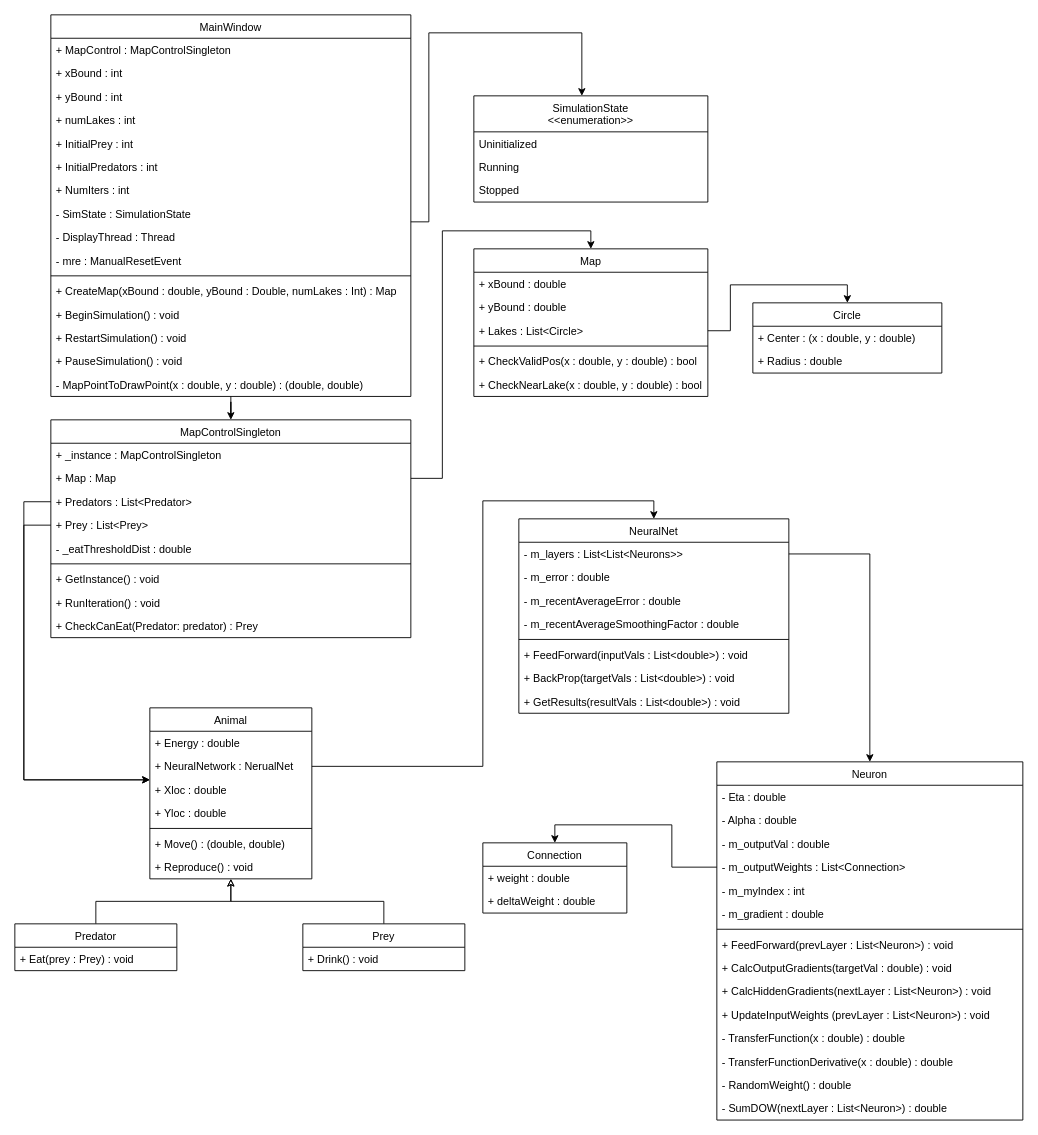
Above: Documentation/EvolutionSimClassDiagram.drawio in ashkevin22/EvolutionSim (draw.io), before the change. Source tidied: cells renumbered, new cells numbered last; positions are measured from the earlier drawing's top-left corner, leaving out a move shared by most shapes. Both pictures are drawn from the tidied source at 90%, with x=0, y=0 at pixel (14, 14).
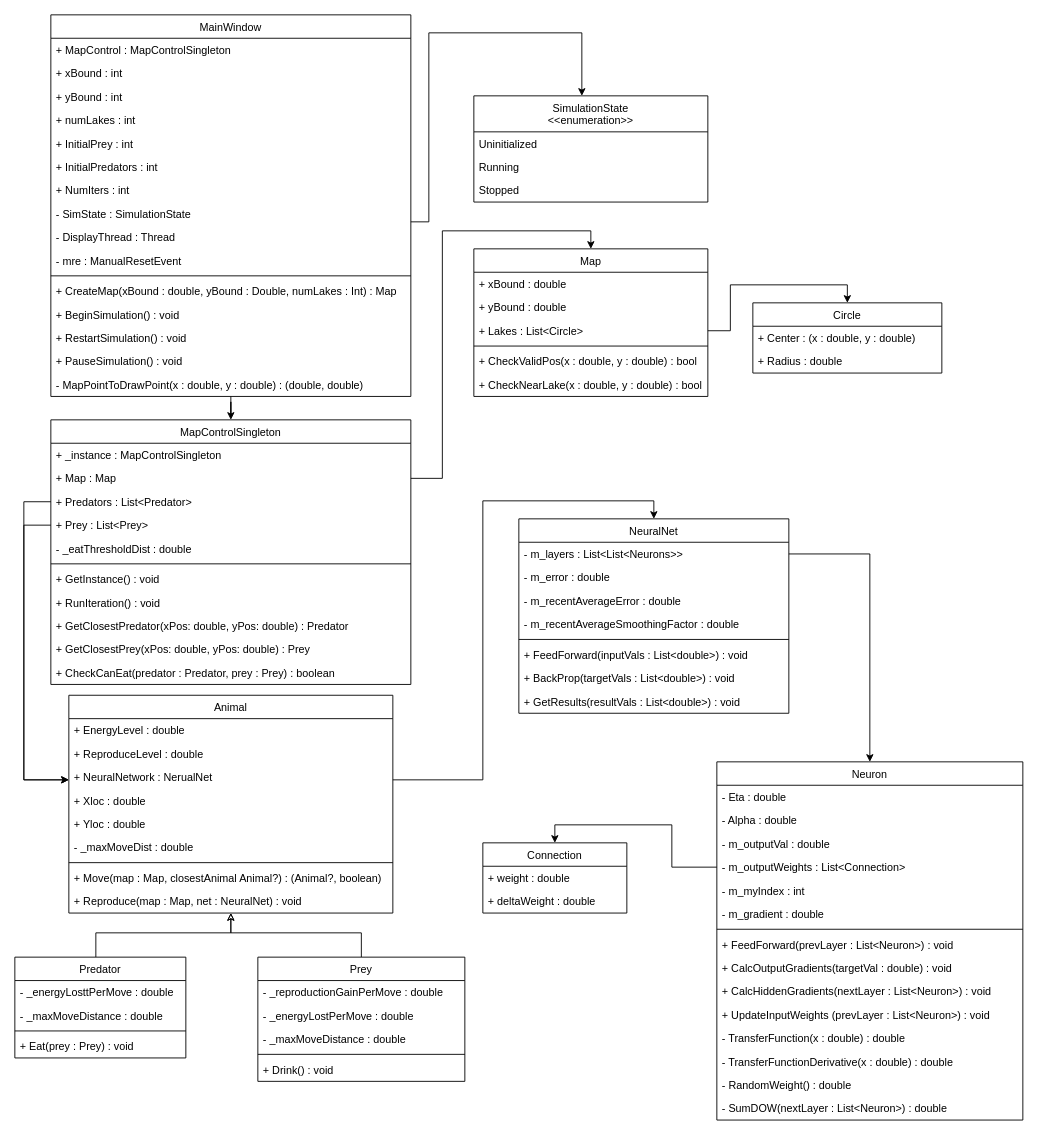
After the change.

The change refers to these unchanged cells:
```xml
<mxCell id="2" value="NeuralNet" style="swimlane;fontStyle=0;align=center;verticalAlign=top;horizontal=1;startSize=26;rounded=0;shadow=0;strokeWidth=1;" parent="1" vertex="1">
  <mxGeometry x="560" y="560" width="300" height="216" as="geometry" />
</mxCell>
```

The edit, as a diff of the source:
```diff
@@
     <mxCell id="32" value="Animal" style="swimlane;fontStyle=0;align=center;verticalAlign=top;horizontal=1;startSize=26;rounded=0;shadow=0;strokeWidth=1;" parent="1" vertex="1">
-      <mxGeometry x="150" y="770" width="180" height="190" as="geometry" />
+      <mxGeometry x="60" y="756" width="360" height="242" as="geometry" />
     </mxCell>
-    <mxCell id="33" value="+ Energy : double" style="text;align=left;verticalAlign=top;spacingLeft=4;spacingRight=4;overflow=hidden;" parent="32" vertex="1">
-      <mxGeometry y="26" width="180" height="26" as="geometry" />
+    <mxCell id="33" value="+ EnergyLevel : double" style="text;align=left;verticalAlign=top;spacingLeft=4;spacingRight=4;overflow=hidden;" parent="32" vertex="1">
+      <mxGeometry y="26" width="360" height="26" as="geometry" />
     </mxCell>
+    <mxCell id="94" value="+ ReproduceLevel : double" style="text;align=left;verticalAlign=top;spacingLeft=4;spacingRight=4;overflow=hidden;" parent="32" vertex="1">
+      <mxGeometry y="52" width="360" height="26" as="geometry" />
+    </mxCell>
     <mxCell id="34" value="+ NeuralNetwork : NerualNet" style="text;align=left;verticalAlign=top;spacingLeft=4;spacingRight=4;overflow=hidden;points=[[0,0.5],[1,0.5]];portConstraint=eastwest;rounded=0;shadow=0;html=0;" parent="32" vertex="1">
-      <mxGeometry y="52" width="180" height="26" as="geometry" />
+      <mxGeometry y="78" width="360" height="26" as="geometry" />
     </mxCell>
     <mxCell id="35" value="+ Xloc : double" style="text;align=left;verticalAlign=top;spacingLeft=4;spacingRight=4;overflow=hidden;rounded=0;shadow=0;html=0;" parent="32" vertex="1">
-      <mxGeometry y="78" width="180" height="26" as="geometry" />
+      <mxGeometry y="104" width="360" height="26" as="geometry" />
     </mxCell>
     <mxCell id="36" value="+ Yloc : double" style="text;align=left;verticalAlign=top;spacingLeft=4;spacingRight=4;overflow=hidden;rounded=0;shadow=0;html=0;" parent="32" vertex="1">
-      <mxGeometry y="104" width="180" height="26" as="geometry" />
+      <mxGeometry y="130" width="360" height="26" as="geometry" />
     </mxCell>
+    <mxCell id="95" value="- _maxMoveDist : double" style="text;align=left;verticalAlign=top;spacingLeft=4;spacingRight=4;overflow=hidden;rounded=0;shadow=0;html=0;" parent="32" vertex="1">
+      <mxGeometry y="156" width="360" height="26" as="geometry" />
+    </mxCell>
     <mxCell id="37" style="line;html=1;strokeWidth=1;align=left;verticalAlign=middle;spacingTop=-1;spacingLeft=3;spacingRight=3;labelPosition=right;" parent="32" vertex="1">
-      <mxGeometry y="130" width="180" height="8" as="geometry" />
+      <mxGeometry y="182" width="360" height="8" as="geometry" />
     </mxCell>
-    <mxCell id="38" value="+ Move() : (double, double)" style="text;align=left;verticalAlign=top;spacingLeft=4;spacingRight=4;overflow=hidden;rounded=0;shadow=0;html=0;" parent="32" vertex="1">
-      <mxGeometry y="138" width="180" height="26" as="geometry" />
+    <mxCell id="38" value="+ Move(map : Map, closestAnimal Animal?) : (Animal?, boolean)" style="text;align=left;verticalAlign=top;spacingLeft=4;spacingRight=4;overflow=hidden;rounded=0;shadow=0;html=0;" parent="32" vertex="1">
+      <mxGeometry y="190" width="360" height="26" as="geometry" />
     </mxCell>
-    <mxCell id="39" value="+ Reproduce() : void" style="text;align=left;verticalAlign=top;spacingLeft=4;spacingRight=4;overflow=hidden;rounded=0;shadow=0;html=0;" parent="32" vertex="1">
-      <mxGeometry y="164" width="180" height="26" as="geometry" />
+    <mxCell id="39" value="+ Reproduce(map : Map, net : NeuralNet) : void" style="text;align=left;verticalAlign=top;spacingLeft=4;spacingRight=4;overflow=hidden;rounded=0;shadow=0;html=0;" parent="32" vertex="1">
+      <mxGeometry y="216" width="360" height="26" as="geometry" />
     </mxCell>
     <mxCell id="40" style="edgeStyle=orthogonalEdgeStyle;rounded=0;jettySize=auto;html=1;entryX=0.5;entryY=0;entryDx=0;entryDy=0;" parent="1" edge="1" source="34" target="2">
       <mxGeometry relative="1" as="geometry">
         <Array as="points">
-          <mxPoint x="520" y="835" />
+          <mxPoint x="520" y="850" />
           <mxPoint x="520" y="540" />
           <mxPoint x="710" y="540" />
         </Array>
       </mxGeometry>
     </mxCell>
     <mxCell id="41" style="edgeStyle=orthogonalEdgeStyle;rounded=0;jettySize=auto;html=1;endArrow=classic;endFill=0;" parent="1" edge="1" source="42" target="32">
-      <mxGeometry relative="1" as="geometry" />
+      <mxGeometry relative="1" as="geometry">
+        <Array as="points">
+          <mxPoint x="90" y="1020" />
+          <mxPoint x="240" y="1020" />
+        </Array>
+      </mxGeometry>
     </mxCell>
     <mxCell id="42" value="Predator" style="swimlane;fontStyle=0;align=center;verticalAlign=top;horizontal=1;startSize=26;rounded=0;shadow=0;strokeWidth=1;" parent="1" vertex="1">
-      <mxGeometry y="1010" width="180" height="52" as="geometry" />
+      <mxGeometry y="1047" width="190" height="112" as="geometry" />
     </mxCell>
+    <mxCell id="96" value="- _energyLosttPerMove : double" style="text;align=left;verticalAlign=top;spacingLeft=4;spacingRight=4;overflow=hidden;rounded=0;shadow=0;html=0;" parent="42" vertex="1">
+      <mxGeometry y="26" width="190" height="26" as="geometry" />
+    </mxCell>
+    <mxCell id="97" value="- _maxMoveDistance : double" style="text;align=left;verticalAlign=top;spacingLeft=4;spacingRight=4;overflow=hidden;rounded=0;shadow=0;html=0;" parent="42" vertex="1">
+      <mxGeometry y="52" width="190" height="26" as="geometry" />
+    </mxCell>
+    <mxCell id="98" style="line;html=1;strokeWidth=1;align=left;verticalAlign=middle;spacingTop=-1;spacingLeft=3;spacingRight=3;labelPosition=right;" parent="42" vertex="1">
+      <mxGeometry y="78" width="190" height="8" as="geometry" />
+    </mxCell>
     <mxCell id="43" value="+ Eat(prey : Prey) : void" style="text;align=left;verticalAlign=top;spacingLeft=4;spacingRight=4;overflow=hidden;rounded=0;shadow=0;html=0;" parent="42" vertex="1">
-      <mxGeometry y="26" width="180" height="26" as="geometry" />
+      <mxGeometry y="86" width="190" height="26" as="geometry" />
     </mxCell>
     <mxCell id="44" style="edgeStyle=orthogonalEdgeStyle;rounded=0;jettySize=auto;html=1;endArrow=classic;endFill=0;" parent="1" edge="1" source="45" target="32">
-      <mxGeometry relative="1" as="geometry" />
+      <mxGeometry relative="1" as="geometry">
+        <Array as="points">
+          <mxPoint x="385" y="1020" />
+          <mxPoint x="240" y="1020" />
+        </Array>
+      </mxGeometry>
     </mxCell>
     <mxCell id="45" value="Prey" style="swimlane;fontStyle=0;align=center;verticalAlign=top;horizontal=1;startSize=26;rounded=0;shadow=0;strokeWidth=1;" parent="1" vertex="1">
-      <mxGeometry x="320" y="1010" width="180" height="52" as="geometry" />
+      <mxGeometry x="270" y="1047" width="230" height="138" as="geometry" />
     </mxCell>
+    <mxCell id="99" value="- _reproductionGainPerMove : double" style="text;align=left;verticalAlign=top;spacingLeft=4;spacingRight=4;overflow=hidden;rounded=0;shadow=0;html=0;" parent="45" vertex="1">
+      <mxGeometry y="26" width="230" height="26" as="geometry" />
+    </mxCell>
+    <mxCell id="100" value="- _energyLostPerMove : double" style="text;align=left;verticalAlign=top;spacingLeft=4;spacingRight=4;overflow=hidden;rounded=0;shadow=0;html=0;" parent="45" vertex="1">
+      <mxGeometry y="52" width="230" height="26" as="geometry" />
+    </mxCell>
+    <mxCell id="101" value="- _maxMoveDistance : double" style="text;align=left;verticalAlign=top;spacingLeft=4;spacingRight=4;overflow=hidden;rounded=0;shadow=0;html=0;" parent="45" vertex="1">
+      <mxGeometry y="78" width="230" height="26" as="geometry" />
+    </mxCell>
+    <mxCell id="102" style="line;html=1;strokeWidth=1;align=left;verticalAlign=middle;spacingTop=-1;spacingLeft=3;spacingRight=3;labelPosition=right;" parent="45" vertex="1">
+      <mxGeometry y="104" width="230" height="8" as="geometry" />
+    </mxCell>
     <mxCell id="46" value="+ Drink() : void" style="text;align=left;verticalAlign=top;spacingLeft=4;spacingRight=4;overflow=hidden;rounded=0;shadow=0;html=0;" parent="45" vertex="1">
-      <mxGeometry y="26" width="180" height="26" as="geometry" />
+      <mxGeometry y="112" width="230" height="26" as="geometry" />
     </mxCell>
     <mxCell id="47" value="MapControlSingleton" style="swimlane;fontStyle=0;align=center;verticalAlign=top;horizontal=1;startSize=26;rounded=0;shadow=0;strokeWidth=1;" parent="1" vertex="1">
-      <mxGeometry x="40" y="450" width="400" height="242" as="geometry" />
+      <mxGeometry x="40" y="450" width="400" height="294" as="geometry" />
     </mxCell>
@@
+    <mxCell id="103" value="+ GetClosestPredator(xPos: double, yPos: double) : Predator" style="text;align=left;verticalAlign=top;spacingLeft=4;spacingRight=4;overflow=hidden;rounded=0;shadow=0;html=0;" parent="47" vertex="1">
+      <mxGeometry y="216" width="400" height="26" as="geometry" />
+    </mxCell>
+    <mxCell id="104" value="+ GetClosestPrey(xPos: double, yPos: double) : Prey" style="text;align=left;verticalAlign=top;spacingLeft=4;spacingRight=4;overflow=hidden;rounded=0;shadow=0;html=0;" parent="47" vertex="1">
+      <mxGeometry y="242" width="400" height="26" as="geometry" />
+    </mxCell>
-    <mxCell id="56" value="+ CheckCanEat(Predator: predator) : Prey" style="text;align=left;verticalAlign=top;spacingLeft=4;spacingRight=4;overflow=hidden;rounded=0;shadow=0;html=0;" parent="47" vertex="1">
-      <mxGeometry y="216" width="400" height="26" as="geometry" />
+    <mxCell id="56" value="+ CheckCanEat(predator : Predator, prey : Prey) : boolean" style="text;align=left;verticalAlign=top;spacingLeft=4;spacingRight=4;overflow=hidden;rounded=0;shadow=0;html=0;" parent="47" vertex="1">
+      <mxGeometry y="268" width="400" height="26" as="geometry" />
     </mxCell>
```
